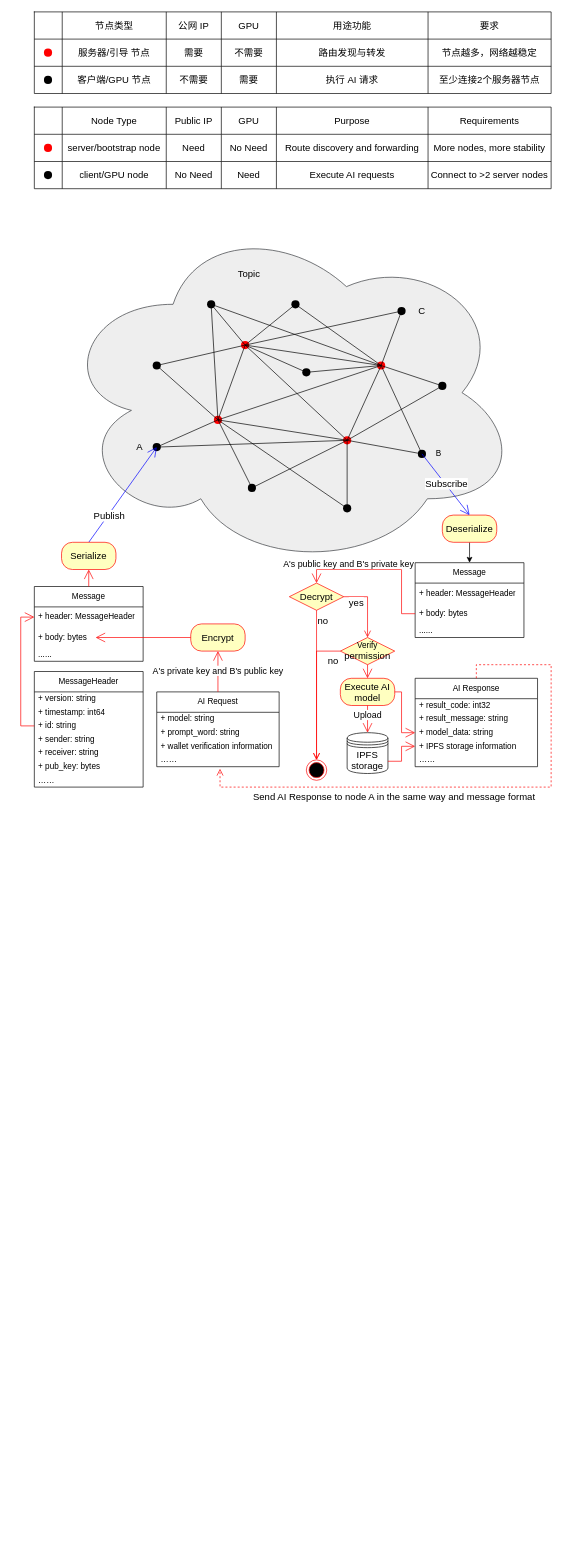
Jerry-se/UML keeps this draw.io diagram as page "SuperImage" (13 of 13) of DBC-AIComputingNet.drawio. Above is the earlier version. Source tidied: cells renumbered, new cells numbered last; positions are measured from the earlier drawing's top-left corner, leaving out a move shared by most shapes. Both pictures are drawn from the tidied source at 68%, with x=0, y=0 at pixel (20, 12).
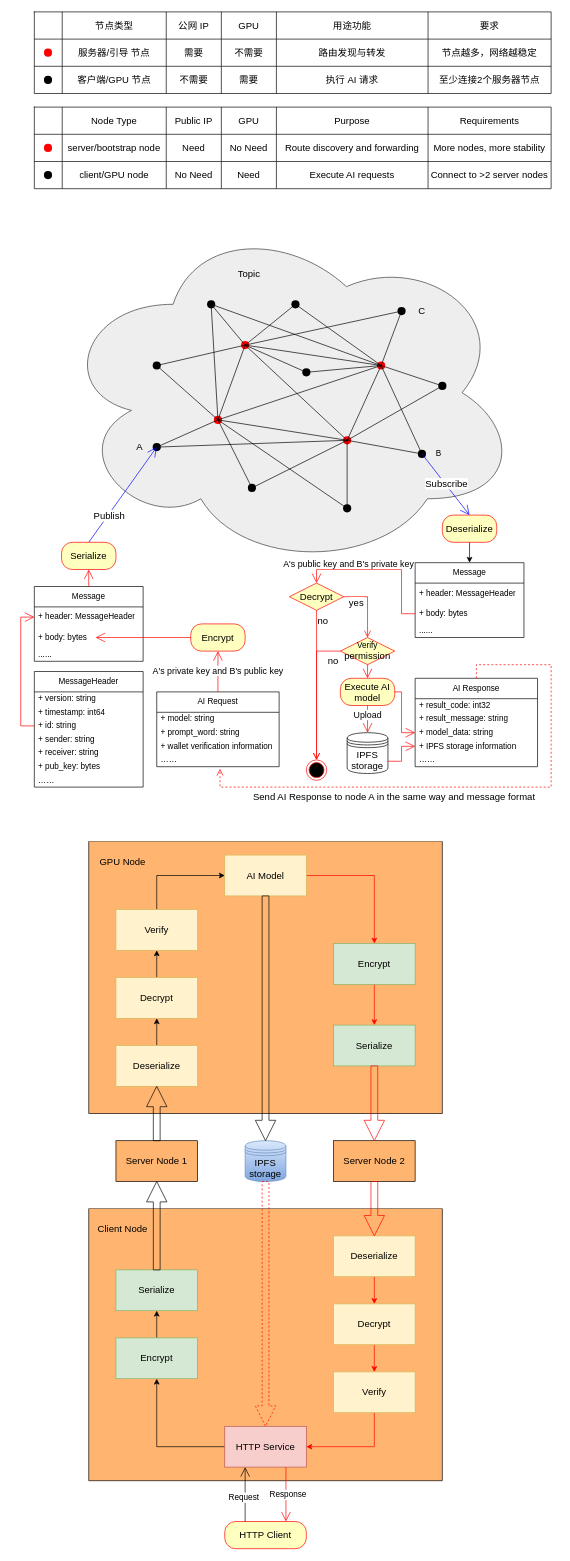
The same diagram, later.

Change to the diagram source:
```diff
@@
+    <mxCell id="154" value="&lt;font style=&quot;font-size: 14px;&quot;&gt;IPFS storage&lt;/font&gt;" style="shape=datastore;whiteSpace=wrap;html=1;fillColor=#dae8fc;strokeColor=#6c8ebf;gradientColor=#7ea6e0;" parent="1" vertex="1">
+      <mxGeometry x="330" y="1660" width="60" height="60" as="geometry" />
+    </mxCell>
+    <mxCell id="155" style="swimlane;startSize=0;swimlaneFillColor=#FFB570;strokeColor=#000000;fontSize=13;" parent="1" vertex="1">
+      <mxGeometry x="100" y="1760" width="520" height="400" as="geometry" />
+    </mxCell>
+    <mxCell id="156" style="edgeStyle=orthogonalEdgeStyle;rounded=0;jettySize=auto;html=1;exitX=0;exitY=0.5;exitDx=0;exitDy=0;entryX=0.5;entryY=1;entryDx=0;entryDy=0;" parent="155" edge="1" source="157" target="159">
+      <mxGeometry relative="1" as="geometry" />
+    </mxCell>
+    <mxCell id="157" value="&lt;font style=&quot;font-size: 14px;&quot;&gt;HTTP Service&lt;/font&gt;" style="rounded=0;whiteSpace=wrap;html=1;fillColor=#f8cecc;strokeColor=#b85450;" parent="155" vertex="1">
+      <mxGeometry x="200" y="320" width="120" height="60" as="geometry" />
+    </mxCell>
+    <mxCell id="158" style="edgeStyle=orthogonalEdgeStyle;rounded=0;jettySize=auto;html=1;exitX=0.5;exitY=0;exitDx=0;exitDy=0;entryX=0.5;entryY=1;entryDx=0;entryDy=0;" parent="155" edge="1" source="159" target="160">
+      <mxGeometry relative="1" as="geometry" />
+    </mxCell>
+    <mxCell id="159" value="&lt;font style=&quot;font-size: 14px;&quot;&gt;Encrypt&lt;/font&gt;" style="rounded=0;whiteSpace=wrap;html=1;fillColor=#d5e8d4;strokeColor=#82b366;" parent="155" vertex="1">
+      <mxGeometry x="40" y="190" width="120" height="60" as="geometry" />
+    </mxCell>
+    <mxCell id="160" value="&lt;font style=&quot;font-size: 14px;&quot;&gt;Serialize&lt;/font&gt;" style="rounded=0;whiteSpace=wrap;html=1;fillColor=#d5e8d4;strokeColor=#82b366;" parent="155" vertex="1">
+      <mxGeometry x="40" y="90" width="120" height="60" as="geometry" />
+    </mxCell>
+    <mxCell id="161" style="edgeStyle=orthogonalEdgeStyle;rounded=0;jettySize=auto;html=1;exitX=0.5;exitY=1;exitDx=0;exitDy=0;entryX=1;entryY=0.5;entryDx=0;entryDy=0;strokeColor=#FF0000;" parent="155" edge="1" source="162" target="157">
+      <mxGeometry relative="1" as="geometry" />
+    </mxCell>
+    <mxCell id="162" value="&lt;font style=&quot;font-size: 14px;&quot;&gt;Verify&lt;/font&gt;" style="rounded=0;whiteSpace=wrap;html=1;fillColor=#fff2cc;strokeColor=#d6b656;" parent="155" vertex="1">
+      <mxGeometry x="360" y="240" width="120" height="60" as="geometry" />
+    </mxCell>
+    <mxCell id="163" style="edgeStyle=orthogonalEdgeStyle;rounded=0;jettySize=auto;html=1;exitX=0.5;exitY=1;exitDx=0;exitDy=0;entryX=0.5;entryY=0;entryDx=0;entryDy=0;strokeColor=#FF0000;" parent="155" edge="1" source="164" target="162">
+      <mxGeometry relative="1" as="geometry" />
+    </mxCell>
+    <mxCell id="164" value="&lt;font style=&quot;font-size: 14px;&quot;&gt;Decrypt&lt;/font&gt;" style="rounded=0;whiteSpace=wrap;html=1;fillColor=#fff2cc;strokeColor=#d6b656;" parent="155" vertex="1">
+      <mxGeometry x="360" y="140" width="120" height="60" as="geometry" />
+    </mxCell>
+    <mxCell id="165" style="edgeStyle=orthogonalEdgeStyle;rounded=0;jettySize=auto;html=1;exitX=0.5;exitY=1;exitDx=0;exitDy=0;entryX=0.5;entryY=0;entryDx=0;entryDy=0;strokeColor=#FF0000;" parent="155" edge="1" source="166" target="164">
+      <mxGeometry relative="1" as="geometry" />
+    </mxCell>
+    <mxCell id="166" value="&lt;font style=&quot;font-size: 14px;&quot;&gt;Deserialize&lt;/font&gt;" style="rounded=0;whiteSpace=wrap;html=1;fillColor=#fff2cc;strokeColor=#d6b656;" parent="155" vertex="1">
+      <mxGeometry x="360" y="40" width="120" height="60" as="geometry" />
+    </mxCell>
+    <mxCell id="167" value="&lt;font style=&quot;font-size: 14px;&quot;&gt;Client Node&lt;/font&gt;" style="text;html=1;align=center;verticalAlign=middle;whiteSpace=wrap;rounded=0;" parent="155" vertex="1">
+      <mxGeometry x="10" y="10" width="80" height="40" as="geometry" />
+    </mxCell>
+    <mxCell id="168" style="swimlane;startSize=0;swimlaneFillColor=#FFB570;strokeColor=#000000;fontSize=13;strokeWidth=1;" parent="1" vertex="1">
+      <mxGeometry x="100" y="1220" width="520" height="400" as="geometry" />
+    </mxCell>
+    <mxCell id="169" style="edgeStyle=orthogonalEdgeStyle;rounded=0;jettySize=auto;html=1;exitX=0.5;exitY=0;exitDx=0;exitDy=0;entryX=0.5;entryY=1;entryDx=0;entryDy=0;" parent="168" edge="1" source="170" target="172">
+      <mxGeometry relative="1" as="geometry" />
+    </mxCell>
+    <mxCell id="170" value="&lt;font style=&quot;font-size: 14px;&quot;&gt;Deserialize&lt;/font&gt;" style="rounded=0;whiteSpace=wrap;html=1;fillColor=#fff2cc;strokeColor=#d6b656;" parent="168" vertex="1">
+      <mxGeometry x="40" y="300" width="120" height="60" as="geometry" />
+    </mxCell>
+    <mxCell id="171" style="edgeStyle=orthogonalEdgeStyle;rounded=0;jettySize=auto;html=1;exitX=0.5;exitY=0;exitDx=0;exitDy=0;entryX=0.5;entryY=1;entryDx=0;entryDy=0;" parent="168" edge="1" source="172" target="174">
+      <mxGeometry relative="1" as="geometry" />
+    </mxCell>
+    <mxCell id="172" value="&lt;font style=&quot;font-size: 14px;&quot;&gt;Decrypt&lt;/font&gt;" style="rounded=0;whiteSpace=wrap;html=1;fillColor=#fff2cc;strokeColor=#d6b656;" parent="168" vertex="1">
+      <mxGeometry x="40" y="200" width="120" height="60" as="geometry" />
+    </mxCell>
+    <mxCell id="173" style="edgeStyle=orthogonalEdgeStyle;rounded=0;jettySize=auto;html=1;exitX=0.5;exitY=0;exitDx=0;exitDy=0;entryX=0;entryY=0.5;entryDx=0;entryDy=0;" parent="168" edge="1" source="174" target="176">
+      <mxGeometry relative="1" as="geometry" />
+    </mxCell>
+    <mxCell id="174" value="&lt;font style=&quot;font-size: 14px;&quot;&gt;Verify&lt;/font&gt;" style="rounded=0;whiteSpace=wrap;html=1;fillColor=#fff2cc;strokeColor=#d6b656;" parent="168" vertex="1">
+      <mxGeometry x="40" y="100" width="120" height="60" as="geometry" />
+    </mxCell>
+    <mxCell id="175" style="edgeStyle=orthogonalEdgeStyle;rounded=0;jettySize=auto;html=1;exitX=1;exitY=0.5;exitDx=0;exitDy=0;entryX=0.5;entryY=0;entryDx=0;entryDy=0;strokeColor=#FF0000;" parent="168" edge="1" source="176" target="178">
+      <mxGeometry relative="1" as="geometry" />
+    </mxCell>
+    <mxCell id="176" value="&lt;font style=&quot;font-size: 14px;&quot;&gt;AI Model&lt;/font&gt;" style="rounded=0;whiteSpace=wrap;html=1;fillColor=#fff2cc;strokeColor=#d6b656;" parent="168" vertex="1">
+      <mxGeometry x="200" y="20" width="120" height="60" as="geometry" />
+    </mxCell>
+    <mxCell id="177" style="edgeStyle=orthogonalEdgeStyle;rounded=0;jettySize=auto;html=1;exitX=0.5;exitY=1;exitDx=0;exitDy=0;entryX=0.5;entryY=0;entryDx=0;entryDy=0;strokeColor=#FF0000;" parent="168" edge="1" source="178" target="179">
+      <mxGeometry relative="1" as="geometry" />
+    </mxCell>
+    <mxCell id="178" value="&lt;font style=&quot;font-size: 14px;&quot;&gt;Encrypt&lt;/font&gt;" style="rounded=0;whiteSpace=wrap;html=1;fillColor=#d5e8d4;strokeColor=#82b366;" parent="168" vertex="1">
+      <mxGeometry x="360" y="150" width="120" height="60" as="geometry" />
+    </mxCell>
+    <mxCell id="179" value="&lt;font style=&quot;font-size: 14px;&quot;&gt;Serialize&lt;/font&gt;" style="rounded=0;whiteSpace=wrap;html=1;fillColor=#d5e8d4;strokeColor=#82b366;" parent="168" vertex="1">
+      <mxGeometry x="360" y="270" width="120" height="60" as="geometry" />
+    </mxCell>
+    <mxCell id="180" value="&lt;font style=&quot;font-size: 14px;&quot;&gt;GPU Node&lt;/font&gt;" style="text;html=1;align=center;verticalAlign=middle;whiteSpace=wrap;rounded=0;" parent="168" vertex="1">
+      <mxGeometry x="10" y="10" width="80" height="40" as="geometry" />
+    </mxCell>
+    <mxCell id="181" value="&lt;font style=&quot;font-size: 14px;&quot;&gt;Server Node 1&lt;/font&gt;" style="rounded=0;whiteSpace=wrap;html=1;fillColor=#FFB570;strokeColor=#000000;" parent="1" vertex="1">
+      <mxGeometry x="140" y="1660" width="120" height="60" as="geometry" />
+    </mxCell>
+    <mxCell id="182" value="&lt;font style=&quot;font-size: 14px;&quot;&gt;Server Node 2&lt;/font&gt;" style="rounded=0;whiteSpace=wrap;html=1;fillColor=#FFB570;strokeColor=#000000;" parent="1" vertex="1">
+      <mxGeometry x="460" y="1660" width="120" height="60" as="geometry" />
+    </mxCell>
+    <mxCell id="183" value="&lt;font style=&quot;font-size: 14px;&quot;&gt;HTTP Client&lt;/font&gt;" style="rounded=1;whiteSpace=wrap;html=1;arcSize=40;fontColor=#000000;fillColor=#ffffc0;strokeColor=#ff0000;" parent="1" vertex="1">
+      <mxGeometry x="300" y="2220" width="120" height="40" as="geometry" />
+    </mxCell>
+    <mxCell id="184" style="endArrow=open;endFill=1;endSize=12;html=1;rounded=0;strokeColor=#FF0000;exitX=0.75;exitY=1;exitDx=0;exitDy=0;entryX=0.75;entryY=0;entryDx=0;entryDy=0;" parent="1" edge="1" source="157" target="183">
+      <mxGeometry relative="1" as="geometry" />
+    </mxCell>
+    <mxCell id="185" value="&lt;font style=&quot;font-size: 12px;&quot;&gt;Response&lt;/font&gt;" style="edgeLabel;html=1;align=center;verticalAlign=middle;" parent="184" vertex="1">
+      <mxGeometry y="2" relative="1" as="geometry" />
+    </mxCell>
+    <mxCell id="186" style="endArrow=open;endFill=1;endSize=12;html=1;rounded=0;strokeColor=#000000;exitX=0.25;exitY=0;exitDx=0;exitDy=0;entryX=0.25;entryY=1;entryDx=0;entryDy=0;" parent="1" edge="1" source="183" target="157">
+      <mxGeometry relative="1" as="geometry" />
+    </mxCell>
+    <mxCell id="187" value="&lt;font style=&quot;font-size: 12px;&quot;&gt;Request&lt;/font&gt;" style="edgeLabel;html=1;align=center;verticalAlign=middle;" parent="186" vertex="1">
+      <mxGeometry x="-0.1" y="3" relative="1" as="geometry" />
+    </mxCell>
+    <mxCell id="188" style="shape=arrow;endArrow=classic;html=1;rounded=0;entryX=0.5;entryY=1;entryDx=0;entryDy=0;exitX=0.5;exitY=0;exitDx=0;exitDy=0;" parent="1" edge="1" source="160" target="181">
+      <mxGeometry relative="1" as="geometry" />
+    </mxCell>
+    <mxCell id="189" style="shape=arrow;endArrow=classic;html=1;rounded=0;entryX=0.5;entryY=1;entryDx=0;entryDy=0;exitX=0.5;exitY=0;exitDx=0;exitDy=0;" parent="1" edge="1" source="181" target="170">
+      <mxGeometry relative="1" as="geometry" />
+    </mxCell>
+    <mxCell id="190" style="edgeStyle=orthogonalEdgeStyle;rounded=0;jettySize=auto;html=1;exitX=0.5;exitY=1;exitDx=0;exitDy=0;entryX=0.5;entryY=0;entryDx=0;entryDy=0;shape=arrow;" parent="1" edge="1" source="176" target="154">
+      <mxGeometry relative="1" as="geometry" />
+    </mxCell>
+    <mxCell id="191" style="shape=arrow;endArrow=classic;html=1;rounded=0;exitX=0.5;exitY=1;exitDx=0;exitDy=0;entryX=0.5;entryY=0;entryDx=0;entryDy=0;strokeColor=#FF0000;" parent="1" edge="1" source="179" target="182">
+      <mxGeometry relative="1" as="geometry" />
+    </mxCell>
+    <mxCell id="192" style="shape=arrow;endArrow=classic;html=1;rounded=0;exitX=0.5;exitY=1;exitDx=0;exitDy=0;entryX=0.5;entryY=0;entryDx=0;entryDy=0;strokeColor=#FF0000;" parent="1" edge="1" source="182" target="166">
+      <mxGeometry relative="1" as="geometry" />
+    </mxCell>
+    <mxCell id="193" style="edgeStyle=orthogonalEdgeStyle;rounded=0;jettySize=auto;html=1;exitX=0.5;exitY=1;exitDx=0;exitDy=0;entryX=0.5;entryY=0;entryDx=0;entryDy=0;strokeColor=#FF0000;shape=arrow;dashed=1;" parent="1" edge="1" source="154" target="157">
+      <mxGeometry relative="1" as="geometry" />
+    </mxCell>
```
